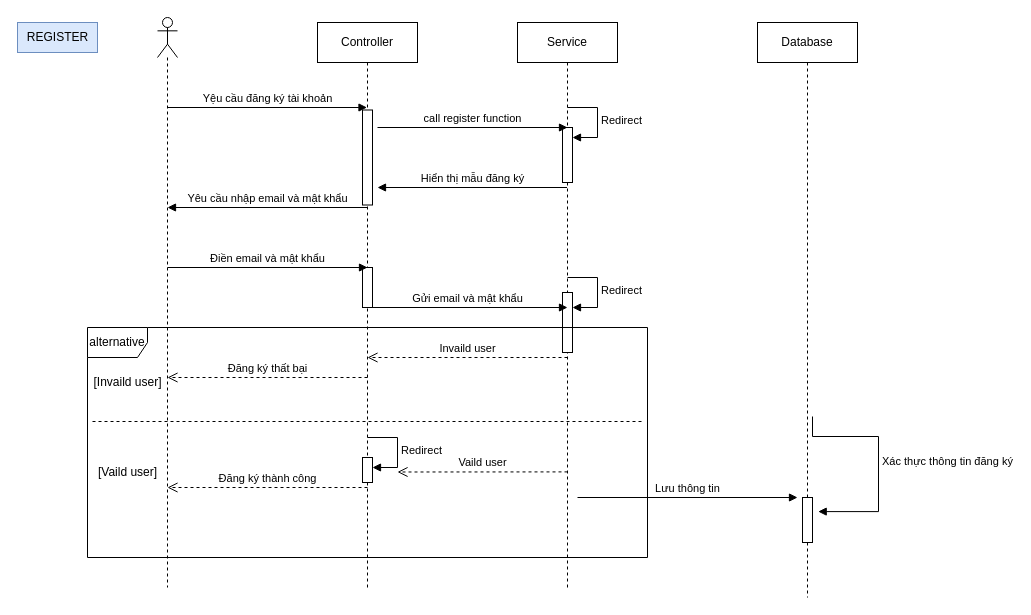
letham1612/test.ithub keeps this draw.io diagram as dangky.drawio. Above is the earlier version. Source tidied: cells renumbered, new cells numbered last; positions are measured from the earlier drawing's top-left corner, leaving out a move shared by most shapes. Both pictures are drawn from the tidied source at 100%, with x=0, y=0 at pixel (17, 17).
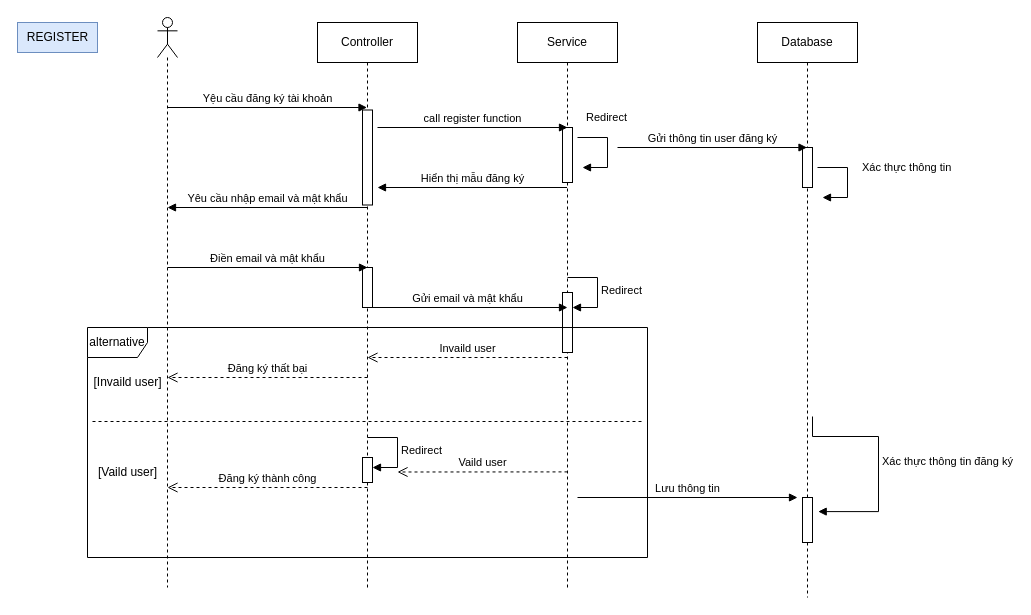
The same diagram, later.

Commit message:
Cập nhật dangky.drawio

The change refers to these unchanged cells:
```xml
<mxCell id="8" value="Service" style="shape=umlLifeline;perimeter=lifelinePerimeter;whiteSpace=wrap;html=1;newEdgeStyle={&quot;curved&quot;:0,&quot;rounded&quot;:0};" parent="1" vertex="1">
  <mxGeometry x="500" y="5" width="100" height="565" as="geometry" />
</mxCell>
<mxCell id="11" style="html=1;points=[[0,0,0,0,5],[0,1,0,0,-5],[1,0,0,0,5],[1,1,0,0,-5]];perimeter=orthogonalPerimeter;outlineConnect=0;targetShapes=umlLifeline;portConstraint=eastwest;newEdgeStyle={&quot;curved&quot;:0,&quot;rounded&quot;:0};" parent="8" vertex="1">
  <mxGeometry x="45" y="105" width="10" height="55" as="geometry" />
</mxCell>
<mxCell id="13" value="Database" style="shape=umlLifeline;perimeter=lifelinePerimeter;whiteSpace=wrap;html=1;newEdgeStyle={&quot;curved&quot;:0,&quot;rounded&quot;:0};" parent="1" vertex="1">
  <mxGeometry x="740" y="5" width="100" height="575" as="geometry" />
</mxCell>
```

Change to the diagram source:
```diff
@@
-    <mxCell id="12" value="Redirect" style="html=1;align=left;spacingLeft=2;endArrow=block;rounded=0;edgeStyle=orthogonalEdgeStyle;curved=0;rounded=0;" parent="8" edge="1" target="11">
-      <mxGeometry relative="1" as="geometry">
-        <mxPoint x="50" y="85" as="sourcePoint" />
-        <Array as="points">
-          <mxPoint x="80" y="115" />
-        </Array>
-      </mxGeometry>
-    </mxCell>
@@
+    <mxCell id="32" style="html=1;perimeter=orthogonalPerimeter;targetShapes=umlLifeline;newEdgeStyle={&quot;curved&quot;:0,&quot;rounded&quot;:0};" parent="13" vertex="1">
+      <mxGeometry x="45" y="125" width="10" height="40" as="geometry" />
+    </mxCell>
@@
+    <mxCell id="33" value="Gửi thông tin user đăng ký" style="html=1;verticalAlign=bottom;endArrow=block;curved=0;rounded=0;" parent="1" edge="1">
+      <mxGeometry relative="1" as="geometry">
+        <mxPoint x="600" y="130" as="sourcePoint" />
+        <mxPoint x="789.5" y="130" as="targetPoint" />
+      </mxGeometry>
+    </mxCell>
+    <mxCell id="12" value="Redirect" style="html=1;align=left;spacingLeft=2;endArrow=block;rounded=0;edgeStyle=orthogonalEdgeStyle;curved=0;rounded=0;" parent="1" edge="1">
+      <mxGeometry x="-0.88" y="20" relative="1" as="geometry">
+        <mxPoint x="560" y="120" as="sourcePoint" />
+        <mxPoint x="565" y="150" as="targetPoint" />
+        <Array as="points">
+          <mxPoint x="590" y="150" />
+        </Array>
+      </mxGeometry>
+    </mxCell>
+    <mxCell id="34" value="Xác thực thông tin" style="html=1;align=left;spacingLeft=2;endArrow=block;rounded=0;edgeStyle=orthogonalEdgeStyle;curved=0;rounded=0;" parent="1" edge="1">
+      <mxGeometry x="-0.29" y="10" relative="1" as="geometry">
+        <mxPoint x="800" y="150" as="sourcePoint" />
+        <mxPoint x="805" y="180" as="targetPoint" />
+        <Array as="points">
+          <mxPoint x="830" y="180" />
+        </Array>
+        <mxPoint x="1" as="offset" />
+      </mxGeometry>
+    </mxCell>
```
